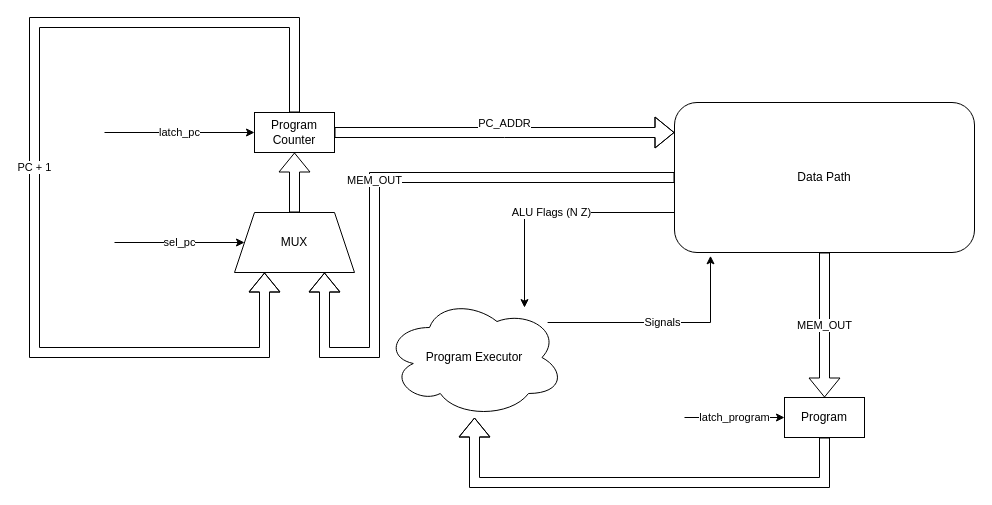
Above: docs/schemes/cu.drawio in FEgor04/csa-lab3 (draw.io), before the change. Source tidied: cells renumbered, new cells numbered last; positions are measured from the earlier drawing's top-left corner, leaving out a move shared by most shapes. Both pictures are drawn from the tidied source at 100%, with x=0, y=0 at pixel (34, 22).
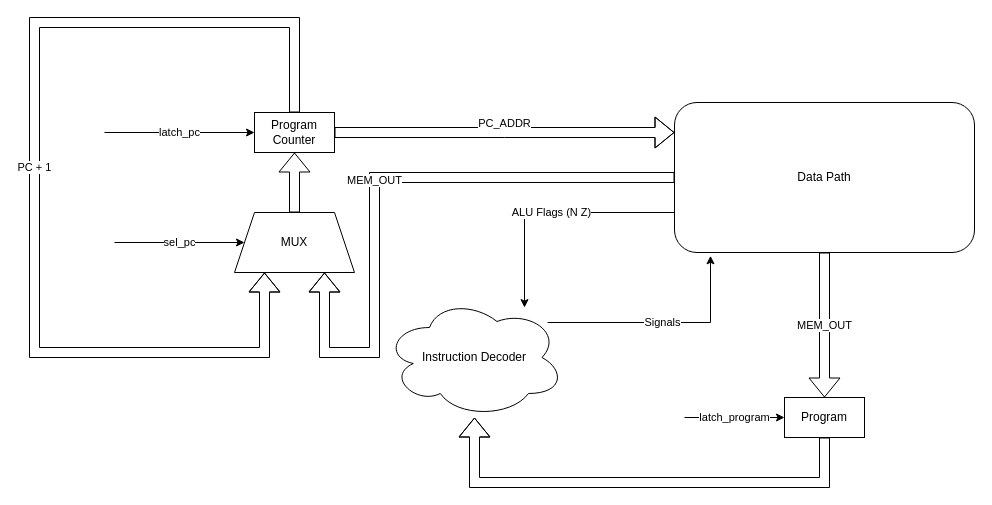
Above is the later version.

Commit message (it also covers changes not shown here):
docs: rename `Program Executor` to `Instruction Decoder`

The edit, as a diff of the source:
```diff
@@
-    <mxCell id="11" value="Program Executor" style="ellipse;shape=cloud;whiteSpace=wrap;html=1;" parent="1" vertex="1">
+    <mxCell id="11" value="Instruction Decoder" style="ellipse;shape=cloud;whiteSpace=wrap;html=1;" parent="1" vertex="1">
       <mxGeometry x="350" y="275" width="180" height="120" as="geometry" />
     </mxCell>
```
